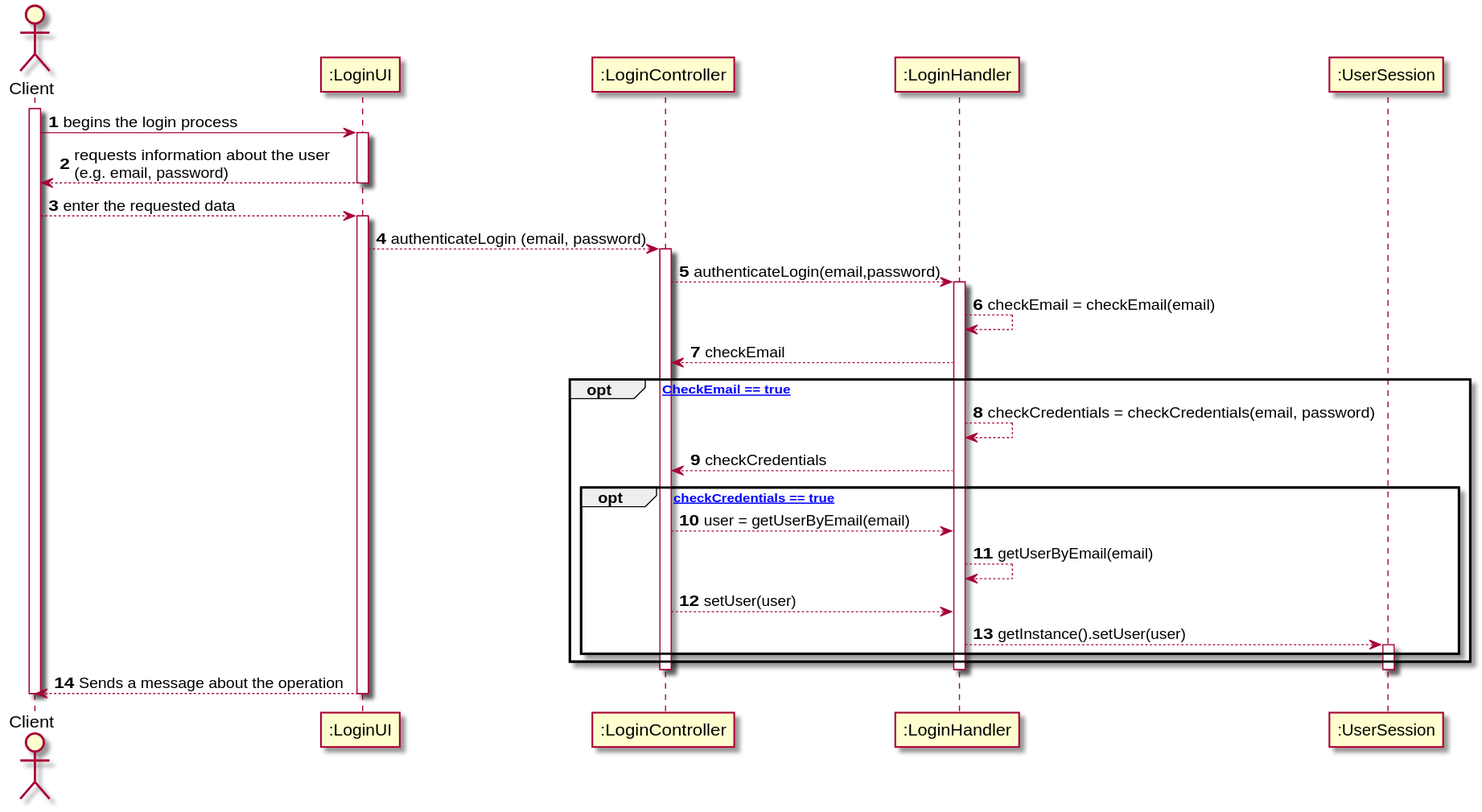
Earlier version of the PlantUML export Documents/UC2/SD.svg (1190452/LAPR3). The source it was exported from:
```plantuml
@startuml
autonumber

actor "Client" as ADM
participant ":LoginUI" as UI
participant ":LoginController" as CTRL
participant ":LoginHandler" as USH
participant ":UserSession" as USS



activate ADM
ADM -> UI : begins the login process
activate UI

UI --> ADM : requests information about the user \n(e.g. email, password)
deactivate UI

ADM--> UI : enter the requested data
activate UI
UI --> CTRL : authenticateLogin (email, password)
activate CTRL


CTRL --> USH : authenticateLogin(email,password)
activate USH

USH --> USH : checkEmail = checkEmail(email)
USH --> CTRL: checkEmail
OPT [ CheckEmail == true ]
USH --> USH : checkCredentials = checkCredentials(email, password)
USH --> CTRL: checkCredentials
OPT [ checkCredentials == true ]
CTRL --> USH : user = getUserByEmail(email)
USH --> USH : getUserByEmail(email)
CTRL --> USH : setUser(user)
USH --> USS :  getInstance().setUser(user)
activate USS
end OPT
end OPT
deactivate USS
deactivate CTRL
deactivate USH




UI --> ADM : Sends a message about the operation
deactivate UI

deactivate ADM
@enduml
```
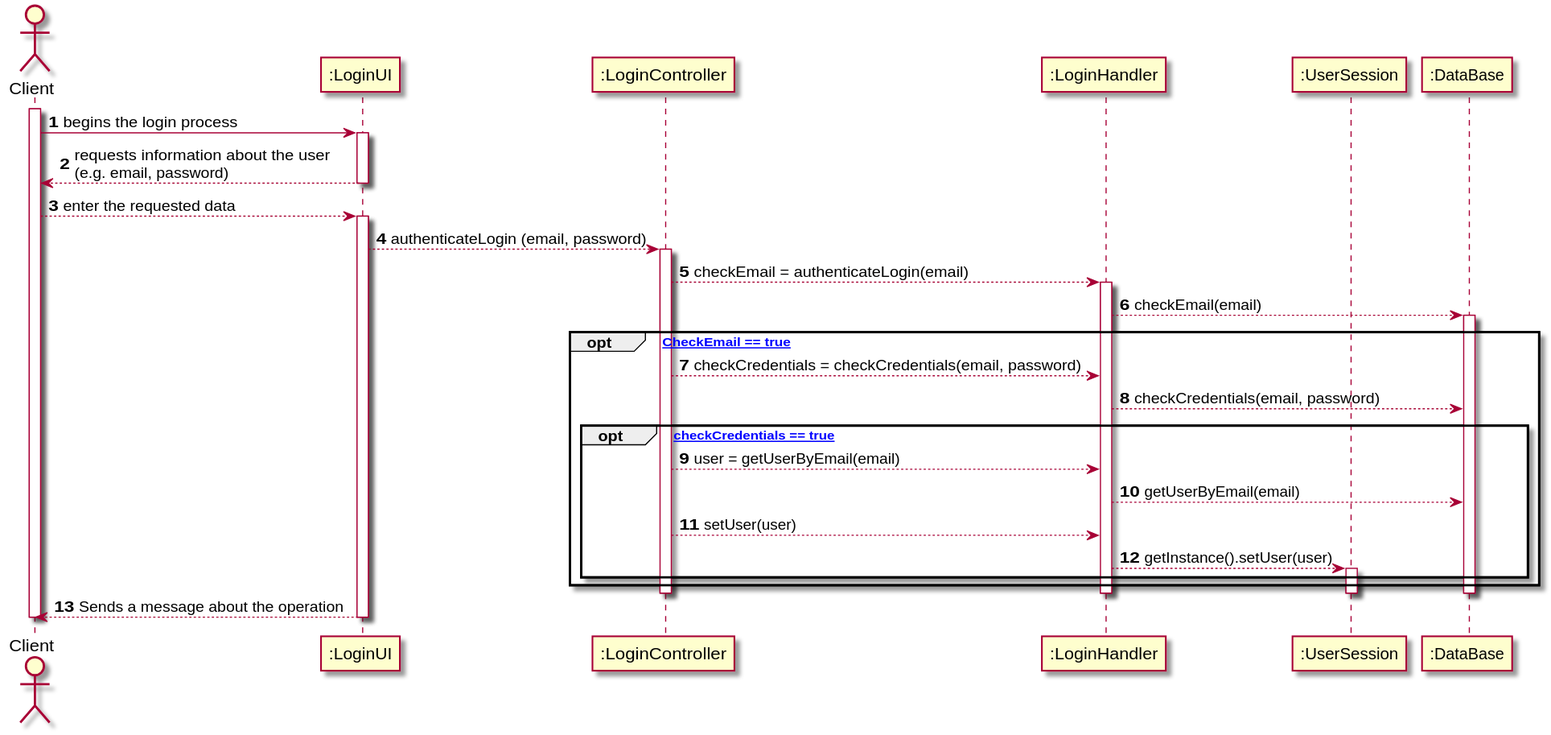
Later version of the same file.

What changed in the source:
```diff
@@ -6,6 +6,7 @@
 participant ":LoginController" as CTRL
 participant ":LoginHandler" as USH
 participant ":UserSession" as USS
+participant ":DataBase" as DBE
 
 
 
@@ -22,22 +23,23 @@
 activate CTRL
 
 
-CTRL --> USH : authenticateLogin(email,password)
+CTRL --> USH : checkEmail = authenticateLogin(email)
 activate USH
 
-USH --> USH : checkEmail = checkEmail(email)
-USH --> CTRL: checkEmail
+USH --> DBE : checkEmail(email)
+activate DBE
 OPT [ CheckEmail == true ]
-USH --> USH : checkCredentials = checkCredentials(email, password)
-USH --> CTRL: checkCredentials
+CTRL --> USH : checkCredentials = checkCredentials(email, password)
+USH --> DBE : checkCredentials(email, password)
 OPT [ checkCredentials == true ]
 CTRL --> USH : user = getUserByEmail(email)
-USH --> USH : getUserByEmail(email)
+USH --> DBE : getUserByEmail(email)
 CTRL --> USH : setUser(user)
 USH --> USS :  getInstance().setUser(user)
 activate USS
 end OPT
 end OPT
+deactivate DBE
 deactivate USS
 deactivate CTRL
 deactivate USH
```
